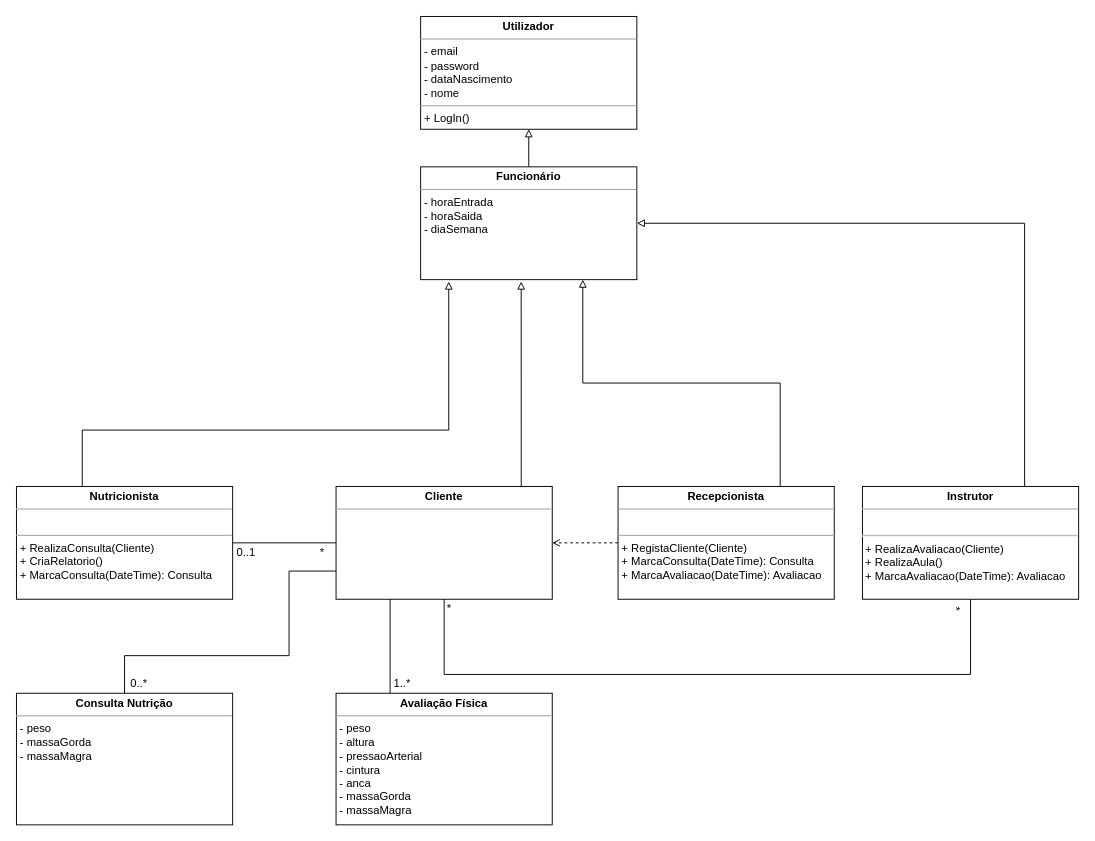
AlexandrePSantos/GestaoGym keeps this draw.io diagram as 2_1_6_Proj1/diagrama/ClassDiagram.drawio. Above is the earlier version. Source tidied: cells renumbered, new cells numbered last; positions are measured from the earlier drawing's top-left corner, leaving out a move shared by most shapes. Both pictures are drawn from the tidied source at 94%, with x=0, y=0 at pixel (16, 16).
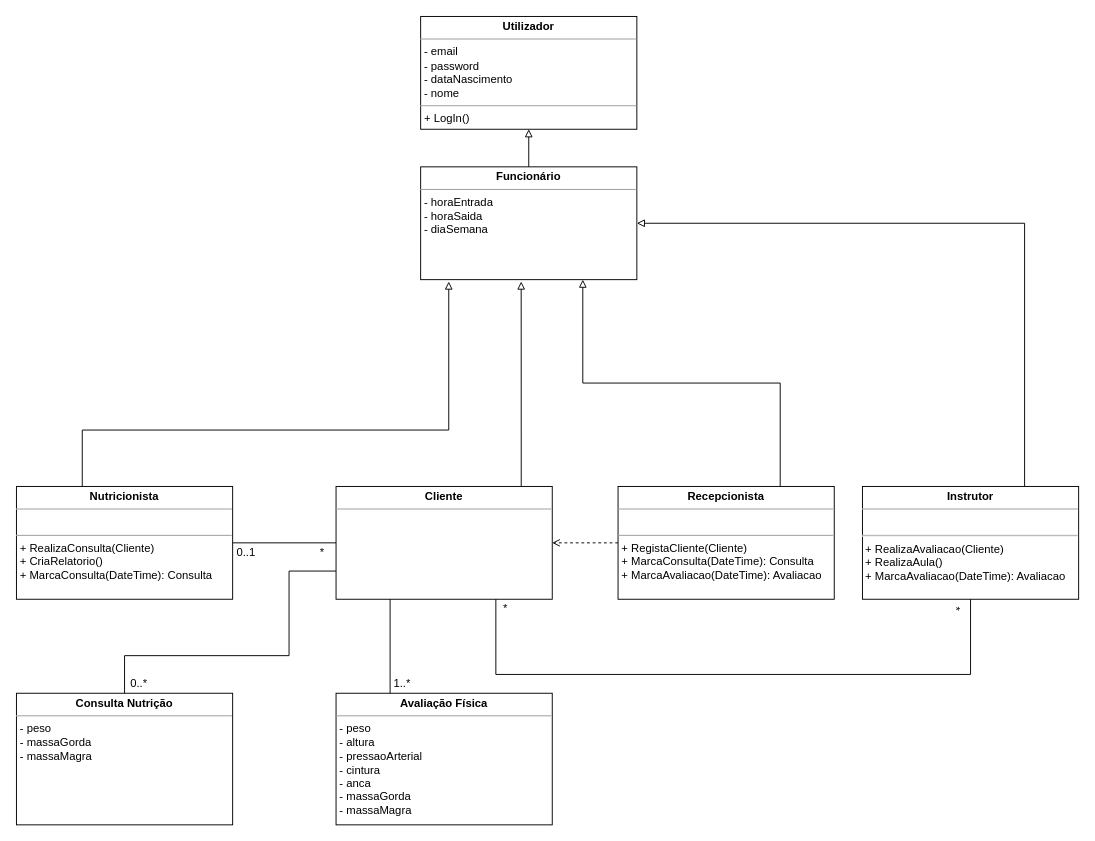
The same diagram, later.

Unchanged cells that the change refers to:
```xml
<mxCell id="5" value="&lt;p style=&quot;margin: 0px ; margin-top: 4px ; text-align: center&quot;&gt;&lt;b&gt;Cliente&lt;/b&gt;&lt;/p&gt;&lt;hr size=&quot;1&quot;&gt;&lt;p style=&quot;margin: 0px ; margin-left: 4px&quot;&gt;&lt;br&gt;&lt;/p&gt;" style="verticalAlign=top;align=left;overflow=fill;fontSize=12;fontFamily=Helvetica;html=1;" parent="1" vertex="1">
  <mxGeometry x="340" y="500" width="230" height="120" as="geometry" />
</mxCell>
<mxCell id="10" value="&lt;p style=&quot;margin: 0px ; margin-top: 4px ; text-align: center&quot;&gt;&lt;b&gt;Instrutor&lt;/b&gt;&lt;/p&gt;&lt;hr size=&quot;1&quot;&gt;&lt;p style=&quot;margin: 0px ; margin-left: 4px&quot;&gt;&lt;br&gt;&lt;/p&gt;&lt;hr&gt;&amp;nbsp;+ RealizaAvaliacao(Cliente)&lt;br&gt;&amp;nbsp;+ RealizaAula()&lt;br&gt;&amp;nbsp;+ MarcaAvaliacao(DateTime): Avaliacao" style="verticalAlign=top;align=left;overflow=fill;fontSize=12;fontFamily=Helvetica;html=1;" parent="1" vertex="1">
  <mxGeometry x="900" y="500" width="230" height="120" as="geometry" />
</mxCell>
```

The edit, as a diff of the source:
```diff
@@
-    <mxCell id="11" style="endArrow=none;html=1;rounded=0;entryX=0.5;entryY=1;entryDx=0;entryDy=0;exitX=0.5;exitY=1;exitDx=0;exitDy=0;" parent="1" edge="1" source="10" target="5">
-      <mxGeometry relative="1" as="geometry">
-        <Array as="points">
-          <mxPoint x="1015" y="700" />
-          <mxPoint x="455" y="700" />
-        </Array>
-      </mxGeometry>
-    </mxCell>
@@
-    <mxCell id="13" value="*" style="text;html=1;align=center;verticalAlign=middle;strokeColor=none;fillColor=none;" parent="1" vertex="1">
-      <mxGeometry x="450" y="620" width="20" height="20" as="geometry" />
-    </mxCell>
@@
+    <mxCell id="13" value="*" style="text;html=1;align=center;verticalAlign=middle;strokeColor=none;fillColor=none;" parent="1" vertex="1">
+      <mxGeometry x="510" y="620" width="20" height="20" as="geometry" />
+    </mxCell>
+    <mxCell id="26" style="endArrow=none;html=1;rounded=0;exitX=0.5;exitY=1;exitDx=0;exitDy=0;" parent="1" edge="1" source="10">
+      <mxGeometry relative="1" as="geometry">
+        <mxPoint x="510" y="620" as="targetPoint" />
+        <Array as="points">
+          <mxPoint x="1015" y="700" />
+          <mxPoint x="510" y="700" />
+        </Array>
+      </mxGeometry>
+    </mxCell>
```
